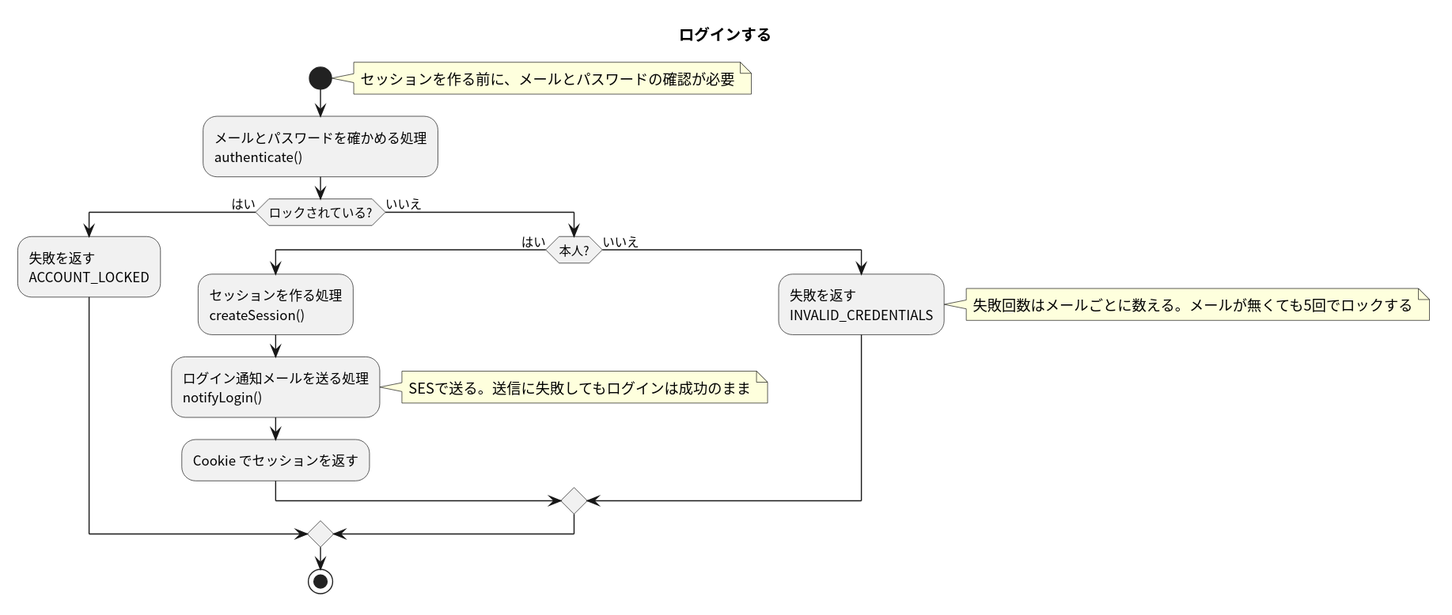
This is apis/login/flow.svg from masamasamasato/design-doc-template, a PlantUML export, as it was before one commit. Its source is kept beside it as apis/login/flow.puml.
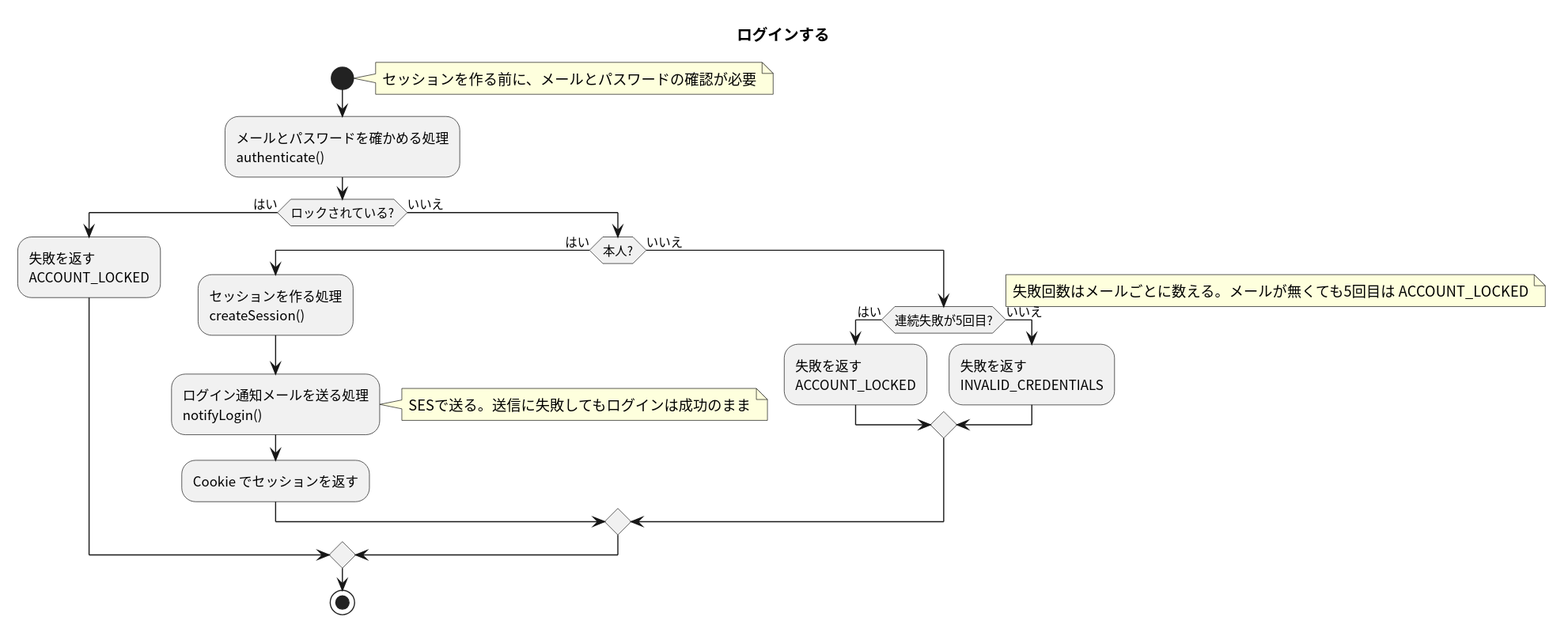
Above is the later version.

What changed in the source:
```diff
@@ -17,8 +17,12 @@
     note right: SESで送る。送信に失敗してもログインは成功のまま
     :Cookie でセッションを返す;
   else (いいえ)
-    :失敗を返す\nINVALID_CREDENTIALS;
-    note right: 失敗回数はメールごとに数える。メールが無くても5回でロックする
+    if (連続失敗が5回目?) then (はい)
+      :失敗を返す\nACCOUNT_LOCKED;
+    else (いいえ)
+      :失敗を返す\nINVALID_CREDENTIALS;
+    endif
+    note right: 失敗回数はメールごとに数える。メールが無くても5回目は ACCOUNT_LOCKED
   endif
 endif
 stop
```
